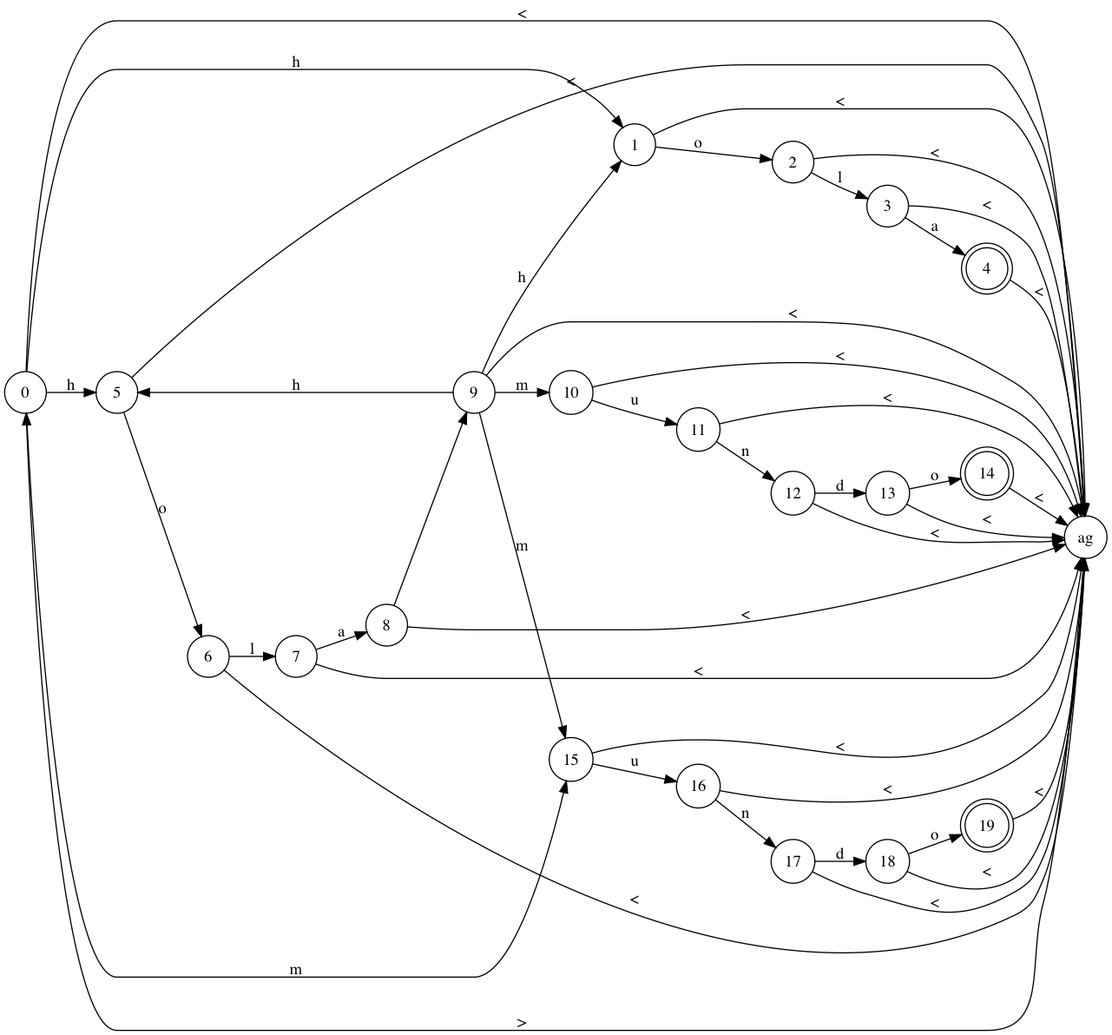
GdeAchaval/automaton keeps this Graphviz diagram as noDeterminante.png. Above is the earlier version. Its source is kept beside it as noDeterminante.dot.
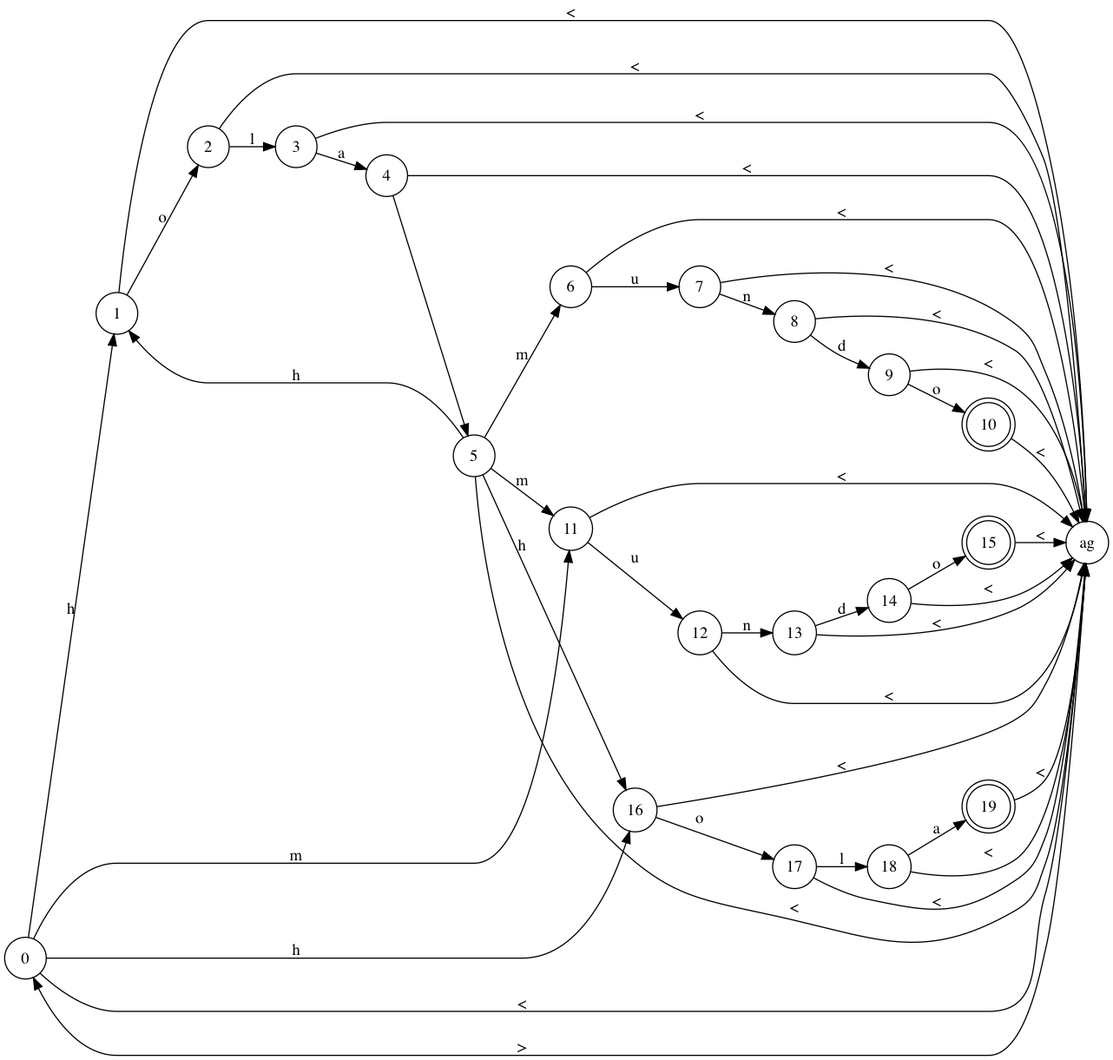
The same file after the commit.

The edit, as a diff of the source:
```diff
@@ -2,67 +2,67 @@
 rankdir = "LR";
 node [shape=circle] Node_0[label="0"];
 node [shape=circle] Node_1[label="1"];
+node [shape=circle] Node_16[label="16"];
+node [shape=circle] Nodetag[label="ag"];
+node [shape=circle] Node_11[label="11"];
+node [shape=circle] Node_2[label="2"];
+node [shape=circle] Node_17[label="17"];
+node [shape=circle] Node_12[label="12"];
+node [shape=circle] Node_3[label="3"];
+node [shape=circle] Node_18[label="18"];
+node [shape=circle] Node_13[label="13"];
+node [shape=circle] Node_4[label="4"];
+node [shape=doublecircle] Node_19[label="19"];
+node [shape=circle] Node_14[label="14"];
 node [shape=circle] Node_5[label="5"];
-node [shape=circle] Nodetag[label="ag"];
-node [shape=circle] Node_15[label="15"];
-node [shape=circle] Node_2[label="2"];
+node [shape=doublecircle] Node_15[label="15"];
 node [shape=circle] Node_6[label="6"];
-node [shape=circle] Node_16[label="16"];
-node [shape=circle] Node_3[label="3"];
 node [shape=circle] Node_7[label="7"];
-node [shape=circle] Node_17[label="17"];
-node [shape=doublecircle] Node_4[label="4"];
 node [shape=circle] Node_8[label="8"];
-node [shape=circle] Node_18[label="18"];
 node [shape=circle] Node_9[label="9"];
-node [shape=doublecircle] Node_19[label="19"];
-node [shape=circle] Node_10[label="10"];
-node [shape=circle] Node_11[label="11"];
-node [shape=circle] Node_12[label="12"];
-node [shape=circle] Node_13[label="13"];
-node [shape=doublecircle] Node_14[label="14"];
+node [shape=doublecircle] Node_10[label="10"];
 
 Node_0 -> Node_1 [label="h"];
-Node_0 -> Node_5 [label="h"];
+Node_0 -> Node_16 [label="h"];
 Node_0 -> Nodetag [label="<"];
-Node_0 -> Node_15 [label="m"];
+Node_0 -> Node_11 [label="m"];
 Node_1 -> Nodetag [label="<"];
 Node_1 -> Node_2 [label="o"];
-Node_5 -> Nodetag [label="<"];
-Node_5 -> Node_6 [label="o"];
+Node_16 -> Nodetag [label="<"];
+Node_16 -> Node_17 [label="o"];
 Nodetag -> Node_0 [label=">"];
-Node_15 -> Node_16 [label="u"];
-Node_15 -> Nodetag [label="<"];
+Node_11 -> Node_12 [label="u"];
+Node_11 -> Nodetag [label="<"];
 Node_2 -> Nodetag [label="<"];
 Node_2 -> Node_3 [label="l"];
-Node_6 -> Nodetag [label="<"];
-Node_6 -> Node_7 [label="l"];
-Node_16 -> Nodetag [label="<"];
-Node_16 -> Node_17 [label="n"];
+Node_17 -> Nodetag [label="<"];
+Node_17 -> Node_18 [label="l"];
+Node_12 -> Nodetag [label="<"];
+Node_12 -> Node_13 [label="n"];
 Node_3 -> Node_4 [label="a"];
 Node_3 -> Nodetag [label="<"];
-Node_7 -> Node_8 [label="a"];
+Node_18 -> Node_19 [label="a"];
+Node_18 -> Nodetag [label="<"];
+Node_13 -> Node_14 [label="d"];
+Node_13 -> Nodetag [label="<"];
+Node_4 -> Node_5 [label=" "];
+Node_4 -> Nodetag [label="<"];
+Node_19 -> Nodetag [label="<"];
+Node_14 -> Nodetag [label="<"];
+Node_14 -> Node_15 [label="o"];
+Node_5 -> Node_1 [label="h"];
+Node_5 -> Node_16 [label="h"];
+Node_5 -> Nodetag [label="<"];
+Node_5 -> Node_6 [label="m"];
+Node_5 -> Node_11 [label="m"];
+Node_15 -> Nodetag [label="<"];
+Node_6 -> Node_7 [label="u"];
+Node_6 -> Nodetag [label="<"];
 Node_7 -> Nodetag [label="<"];
-Node_17 -> Node_18 [label="d"];
-Node_17 -> Nodetag [label="<"];
-Node_4 -> Nodetag [label="<"];
-Node_8 -> Node_9 [label=" "];
+Node_7 -> Node_8 [label="n"];
+Node_8 -> Node_9 [label="d"];
 Node_8 -> Nodetag [label="<"];
-Node_18 -> Nodetag [label="<"];
-Node_18 -> Node_19 [label="o"];
-Node_9 -> Node_1 [label="h"];
-Node_9 -> Node_5 [label="h"];
 Node_9 -> Nodetag [label="<"];
-Node_9 -> Node_10 [label="m"];
-Node_9 -> Node_15 [label="m"];
-Node_19 -> Nodetag [label="<"];
-Node_10 -> Node_11 [label="u"];
+Node_9 -> Node_10 [label="o"];
 Node_10 -> Nodetag [label="<"];
-Node_11 -> Nodetag [label="<"];
-Node_11 -> Node_12 [label="n"];
-Node_12 -> Node_13 [label="d"];
-Node_12 -> Nodetag [label="<"];
-Node_13 -> Nodetag [label="<"];
-Node_13 -> Node_14 [label="o"];
-Node_14 -> Nodetag [label="<"];
 }
```
